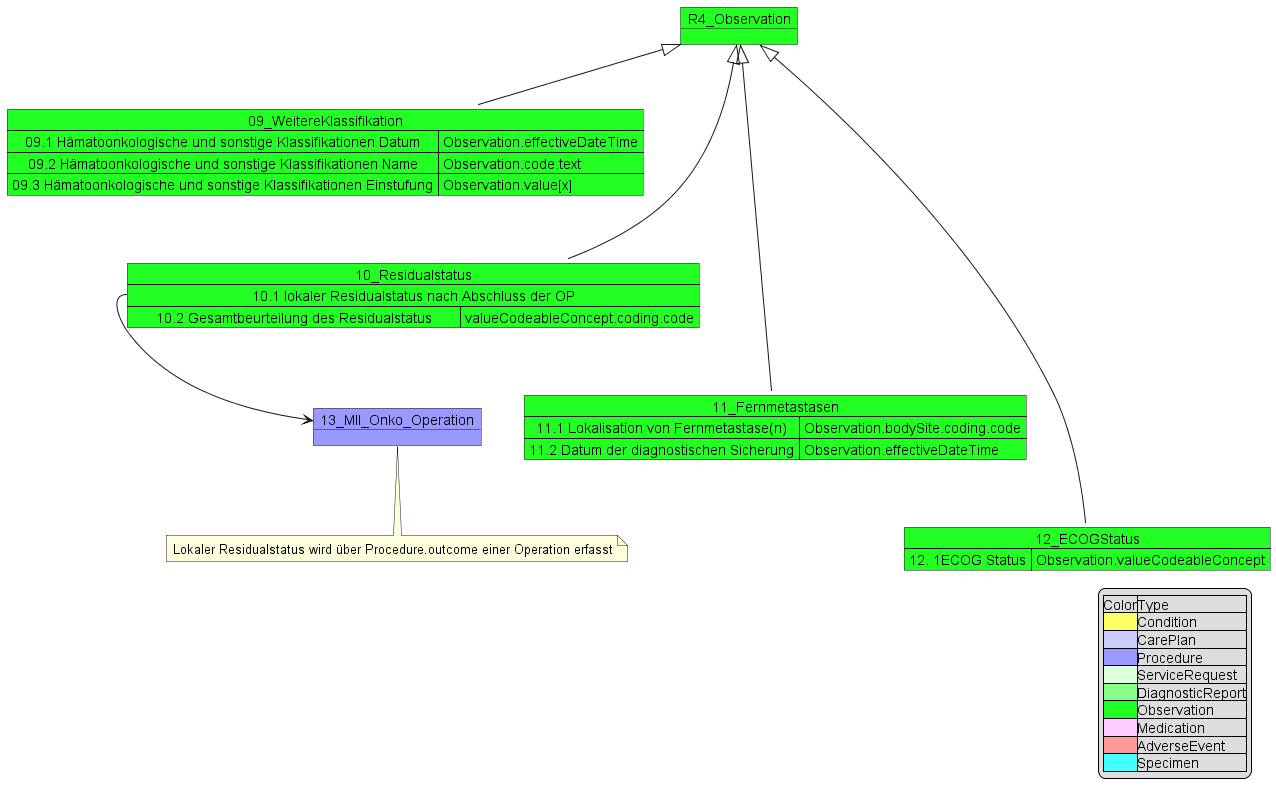
This is implementation-guides/ImplementationGuide-2024.x-DE/Images/MII_Onko_9-12_Observations.png from medizininformatik-initiative/kerndatensatzmodul-onkologie, a PlantUML export, as it was before one commit.
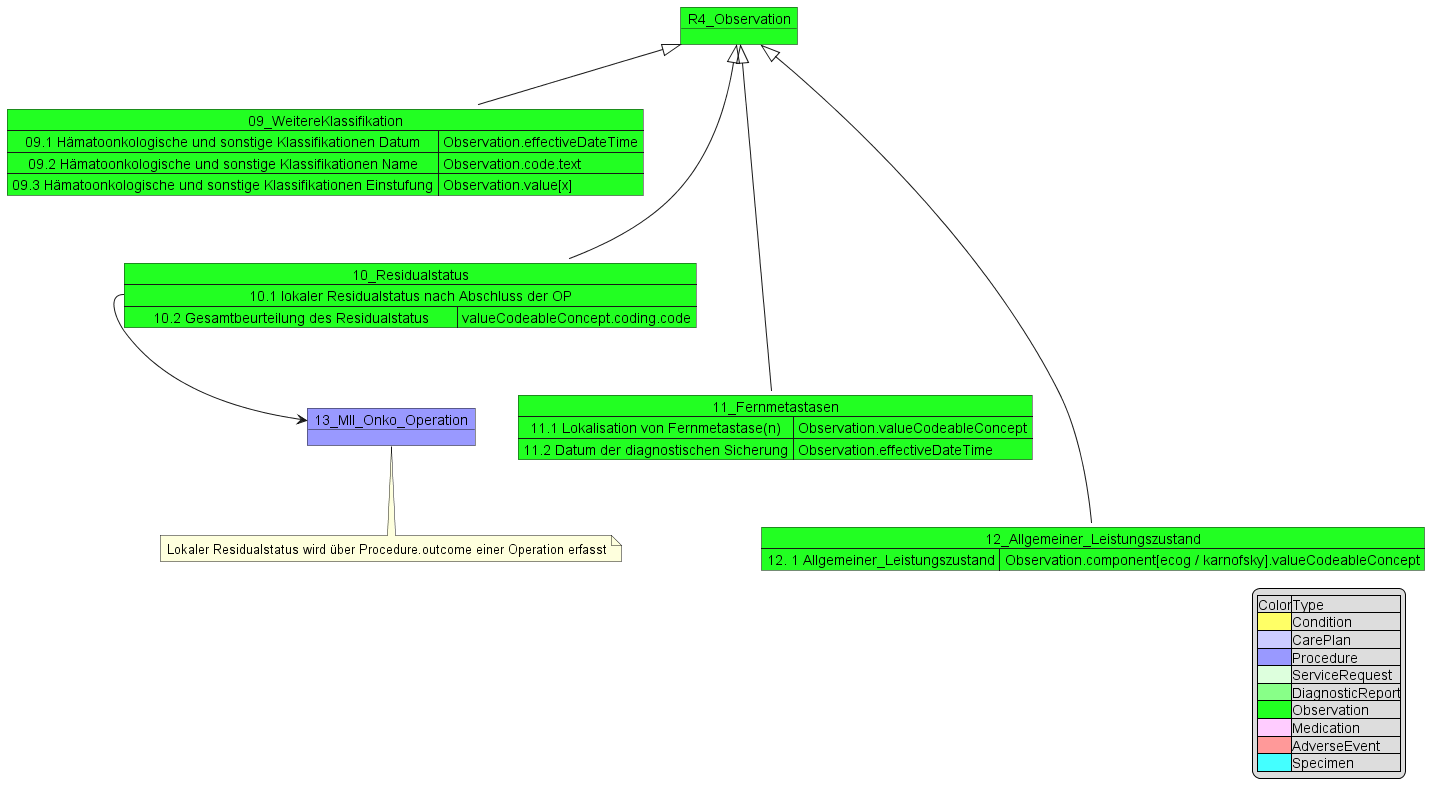
After the commit.

Change to the diagram source:
```diff
@@ -20,18 +20,18 @@
 R4_Observation <|-down-- 10_Residualstatus
 
 Map 11_Fernmetastasen #22FF22{
-    11.1 Lokalisation von Fernmetastase(n)  => Observation.bodySite.coding.code
+    11.1 Lokalisation von Fernmetastase(n)  => Observation.valueCodeableConcept
     11.2 Datum der diagnostischen Sicherung => Observation.effectiveDateTime
 
 }
 R4_Observation <|-down--- 11_Fernmetastasen
 
 
-Map 12_ECOGStatus #22FF22{
-    12. 1ECOG Status => Observation.valueCodeableConcept
+Map 12_Allgemeiner_Leistungszustand #22FF22{
+    12. 1 Allgemeiner_Leistungszustand => Observation.component[ecog / karnofsky].valueCodeableConcept
 
 }
-R4_Observation <|-down---- 12_ECOGStatus
+R4_Observation <|-down---- 12_Allgemeiner_Leistungszustand
 
 legend right
 |Color|Type|
```
